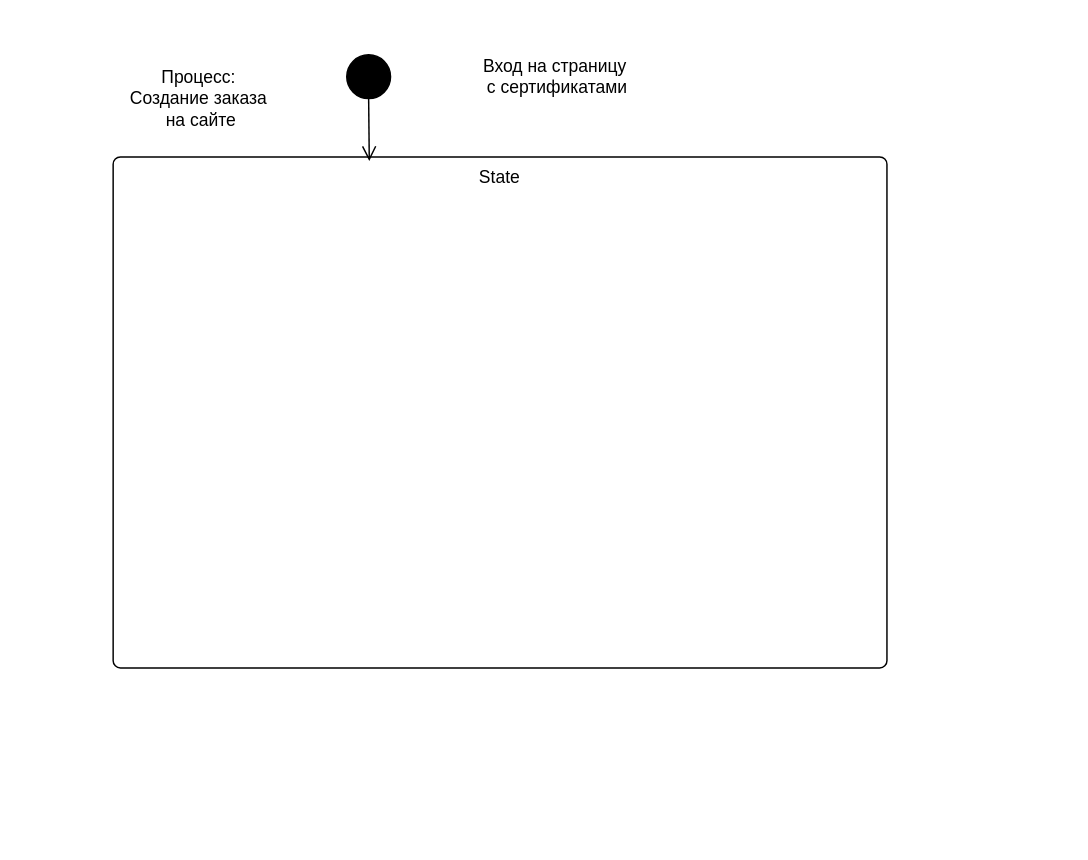
The draw.io diagram Диаграмма6.drawio in danaddi/draw.io, before the edit. Source tidied: cells renumbered, new cells numbered last; positions are measured from the earlier drawing's top-left corner, leaving out a move shared by most shapes. Both pictures are drawn from the tidied source at 146%, with x=0, y=0 at pixel (112, 47).
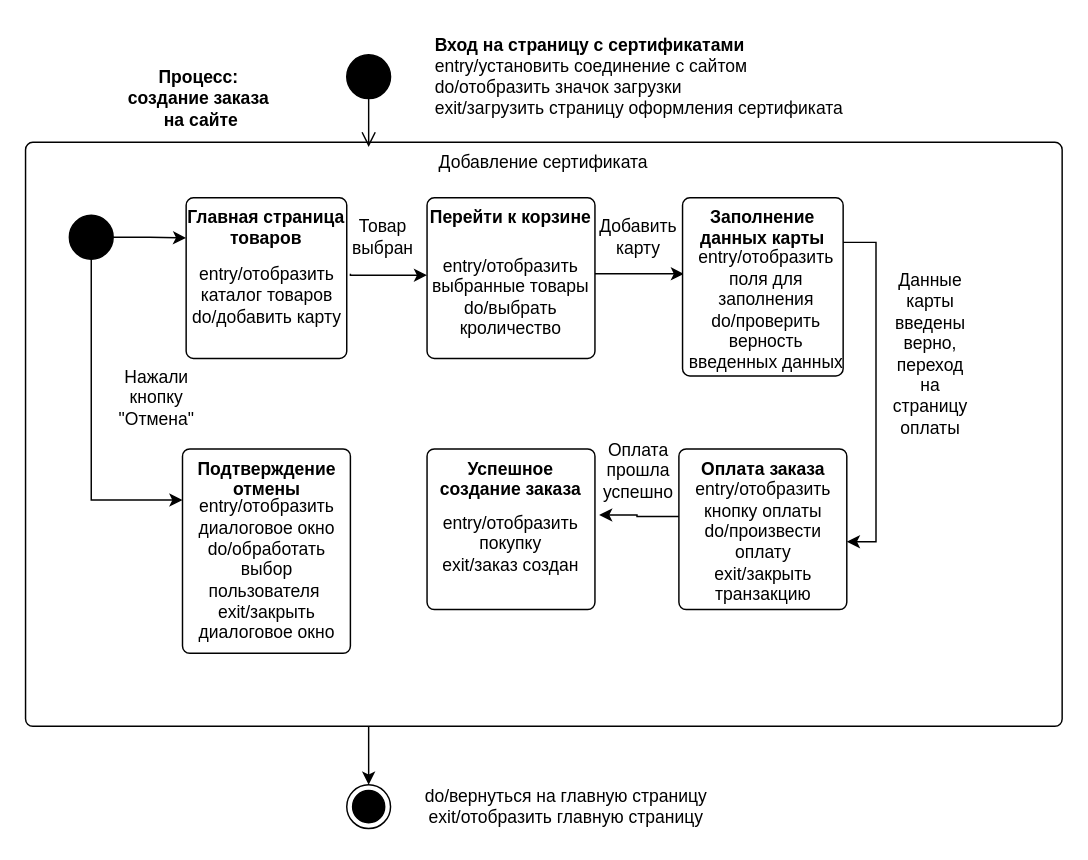
The same page after the edit.

Change to the diagram source:
```diff
@@
+    <mxCell id="7" style="edgeStyle=orthogonalEdgeStyle;rounded=0;jettySize=auto;html=1;entryX=0.5;entryY=0;entryDx=0;entryDy=0;" parent="1" edge="1" source="3" target="32">
+      <mxGeometry relative="1" as="geometry">
+        <Array as="points">
+          <mxPoint x="175" y="495" />
+          <mxPoint x="175" y="495" />
+        </Array>
+      </mxGeometry>
+    </mxCell>
-    <mxCell id="3" value="State" style="html=1;align=center;verticalAlign=top;rounded=1;absoluteArcSize=1;arcSize=10;dashed=0;whiteSpace=wrap;" parent="1" vertex="1">
-      <mxGeometry y="75" width="530" height="350" as="geometry" />
+    <mxCell id="3" value="Добавление сертификата" style="html=1;align=center;verticalAlign=top;rounded=1;absoluteArcSize=1;arcSize=10;dashed=0;whiteSpace=wrap;" parent="1" vertex="1">
+      <mxGeometry x="-60" y="65" width="710" height="400" as="geometry" />
     </mxCell>
@@
-    <mxCell id="5" value="Процесс:&amp;nbsp;&lt;div&gt;Создание заказа&amp;nbsp;&lt;div&gt;на сайте&lt;/div&gt;&lt;/div&gt;" style="text;html=1;align=center;verticalAlign=middle;strokeColor=none;fillColor=none;" parent="1" vertex="1">
+    <mxCell id="5" value="&lt;b&gt;Процесс:&amp;nbsp;&lt;/b&gt;&lt;div&gt;&lt;b&gt;создание заказа&amp;nbsp;&lt;/b&gt;&lt;div&gt;&lt;b&gt;на сайте&lt;/b&gt;&lt;/div&gt;&lt;/div&gt;" style="text;html=1;align=center;verticalAlign=middle;strokeColor=none;fillColor=none;" parent="1" vertex="1">
       <mxGeometry y="5" width="120" height="60" as="geometry" />
     </mxCell>
-    <mxCell id="6" value="Вход на страницу&amp;nbsp;&lt;div&gt;с сертификатами&lt;/div&gt;" style="text;html=1;align=center;verticalAlign=middle;strokeColor=none;fillColor=none;" parent="1" vertex="1">
-      <mxGeometry x="239" width="130" height="40" as="geometry" />
+    <mxCell id="6" value="&lt;div style=&quot;text-align: left;&quot;&gt;&lt;b style=&quot;background-color: transparent; color: light-dark(rgb(0, 0, 0), rgb(255, 255, 255));&quot;&gt;Вход на страницу&amp;nbsp;&lt;span style=&quot;background-color: transparent; color: light-dark(rgb(0, 0, 0), rgb(255, 255, 255));&quot;&gt;с сертификатами&lt;/span&gt;&lt;/b&gt;&lt;/div&gt;&lt;div style=&quot;text-align: left;&quot;&gt;entry/установить соединение с сайтом&lt;/div&gt;&lt;div style=&quot;text-align: left;&quot;&gt;do/отобразить значок загрузки&lt;/div&gt;&lt;div style=&quot;text-align: left;&quot;&gt;exit/загрузить страницу оформления сертификата&lt;/div&gt;" style="text;html=1;align=center;verticalAlign=middle;strokeColor=none;fillColor=none;" parent="1" vertex="1">
+      <mxGeometry x="210" y="-15" width="300" height="70" as="geometry" />
     </mxCell>
+    <mxCell id="8" style="edgeStyle=orthogonalEdgeStyle;rounded=0;jettySize=auto;html=1;entryX=0;entryY=0.25;entryDx=0;entryDy=0;" parent="1" edge="1" source="10" target="11">
+      <mxGeometry relative="1" as="geometry" />
+    </mxCell>
+    <mxCell id="9" style="edgeStyle=orthogonalEdgeStyle;rounded=0;jettySize=auto;html=1;entryX=0;entryY=0.25;entryDx=0;entryDy=0;" parent="1" edge="1" source="10" target="29">
+      <mxGeometry relative="1" as="geometry">
+        <Array as="points">
+          <mxPoint x="-15" y="310" />
+        </Array>
+      </mxGeometry>
+    </mxCell>
+    <mxCell id="10" style="ellipse;fillColor=strokeColor;html=1;" parent="1" vertex="1">
+      <mxGeometry x="-30" y="115" width="30" height="30" as="geometry" />
+    </mxCell>
+    <mxCell id="11" value="&lt;b&gt;Главная страница товаров&lt;/b&gt;" style="html=1;align=center;verticalAlign=top;rounded=1;absoluteArcSize=1;arcSize=10;dashed=0;whiteSpace=wrap;" parent="1" vertex="1">
+      <mxGeometry x="50" y="103" width="110" height="110" as="geometry" />
+    </mxCell>
+    <mxCell id="12" style="edgeStyle=orthogonalEdgeStyle;rounded=0;jettySize=auto;html=1;exitX=1;exitY=0;exitDx=0;exitDy=0;entryX=0;entryY=0;entryDx=0;entryDy=0;" parent="1" edge="1" source="13" target="16">
+      <mxGeometry relative="1" as="geometry">
+        <Array as="points">
+          <mxPoint x="215" y="156" />
+        </Array>
+      </mxGeometry>
+    </mxCell>
+    <mxCell id="13" value="entry/отобразить каталог товаров&lt;div&gt;do/добавить карту&lt;/div&gt;" style="text;html=1;align=center;verticalAlign=middle;whiteSpace=wrap;rounded=0;" parent="1" vertex="1">
+      <mxGeometry x="47.5" y="155" width="115" height="30" as="geometry" />
+    </mxCell>
+    <mxCell id="14" style="edgeStyle=orthogonalEdgeStyle;rounded=0;jettySize=auto;html=1;entryX=0.009;entryY=0.427;entryDx=0;entryDy=0;entryPerimeter=0;exitX=1;exitY=0.473;exitDx=0;exitDy=0;exitPerimeter=0;" parent="1" edge="1" source="15" target="18">
+      <mxGeometry relative="1" as="geometry" />
+    </mxCell>
+    <mxCell id="15" value="&lt;b&gt;Перейти к корзине&lt;/b&gt;" style="html=1;align=center;verticalAlign=top;rounded=1;absoluteArcSize=1;arcSize=10;dashed=0;whiteSpace=wrap;" parent="1" vertex="1">
+      <mxGeometry x="215" y="103" width="115" height="110" as="geometry" />
+    </mxCell>
+    <mxCell id="16" value="entry/отобразить выбранные товары&lt;div&gt;do/выбрать кроличество&lt;/div&gt;" style="text;html=1;align=center;verticalAlign=middle;whiteSpace=wrap;rounded=0;" parent="1" vertex="1">
+      <mxGeometry x="215" y="156" width="115" height="30" as="geometry" />
+    </mxCell>
+    <mxCell id="17" value="Товар выбран" style="text;html=1;align=center;verticalAlign=middle;whiteSpace=wrap;rounded=0;" parent="1" vertex="1">
+      <mxGeometry x="155" y="115" width="60" height="30" as="geometry" />
+    </mxCell>
+    <mxCell id="18" value="&lt;b&gt;Заполнение данных карты&lt;/b&gt;" style="html=1;align=center;verticalAlign=top;rounded=1;absoluteArcSize=1;arcSize=10;dashed=0;whiteSpace=wrap;" parent="1" vertex="1">
+      <mxGeometry x="390" y="103" width="110" height="122" as="geometry" />
+    </mxCell>
+    <mxCell id="19" style="edgeStyle=orthogonalEdgeStyle;rounded=0;jettySize=auto;html=1;entryX=1;entryY=0.25;entryDx=0;entryDy=0;exitX=1;exitY=0.25;exitDx=0;exitDy=0;" parent="1" edge="1" source="18" target="24">
+      <mxGeometry relative="1" as="geometry" />
+    </mxCell>
+    <mxCell id="20" value="entry/отобразить поля для заполнения&lt;div&gt;do/проверить верность введенных данных&lt;/div&gt;" style="text;html=1;align=center;verticalAlign=middle;whiteSpace=wrap;rounded=0;" parent="1" vertex="1">
+      <mxGeometry x="390" y="165" width="115" height="30" as="geometry" />
+    </mxCell>
+    <mxCell id="21" value="Добавить карту" style="text;html=1;align=center;verticalAlign=middle;whiteSpace=wrap;rounded=0;" parent="1" vertex="1">
+      <mxGeometry x="330" y="115" width="60" height="30" as="geometry" />
+    </mxCell>
+    <mxCell id="22" style="edgeStyle=orthogonalEdgeStyle;rounded=0;jettySize=auto;html=1;entryX=1.025;entryY=0.411;entryDx=0;entryDy=0;entryPerimeter=0;exitX=0.014;exitY=0.42;exitDx=0;exitDy=0;exitPerimeter=0;" parent="1" edge="1" source="23" target="26">
+      <mxGeometry relative="1" as="geometry" />
+    </mxCell>
+    <mxCell id="23" value="&lt;b&gt;Оплата заказа&lt;/b&gt;" style="html=1;align=center;verticalAlign=top;rounded=1;absoluteArcSize=1;arcSize=10;dashed=0;whiteSpace=wrap;" parent="1" vertex="1">
+      <mxGeometry x="387.5" y="275" width="115" height="110" as="geometry" />
+    </mxCell>
+    <mxCell id="24" value="entry/отобразить кнопку оплаты&lt;div&gt;do/произвести оплату&lt;/div&gt;&lt;div&gt;exit/закрыть транзакцию&lt;/div&gt;&lt;div&gt;&lt;br&gt;&lt;/div&gt;" style="text;html=1;align=center;verticalAlign=middle;whiteSpace=wrap;rounded=0;" parent="1" vertex="1">
+      <mxGeometry x="387.5" y="331" width="115" height="30" as="geometry" />
+    </mxCell>
+    <mxCell id="25" value="Данные карты введены верно, переход на страницу оплаты" style="text;html=1;align=center;verticalAlign=middle;whiteSpace=wrap;rounded=0;" parent="1" vertex="1">
+      <mxGeometry x="530" y="195" width="60" height="30" as="geometry" />
+    </mxCell>
+    <mxCell id="26" value="&lt;b&gt;Успешное создание заказа&lt;/b&gt;" style="html=1;align=center;verticalAlign=top;rounded=1;absoluteArcSize=1;arcSize=10;dashed=0;whiteSpace=wrap;" parent="1" vertex="1">
+      <mxGeometry x="215" y="275" width="115" height="110" as="geometry" />
+    </mxCell>
+    <mxCell id="27" value="entry/отобразить покупку&lt;div&gt;exit/заказ создан&lt;br&gt;&lt;div&gt;&lt;br&gt;&lt;/div&gt;&lt;/div&gt;" style="text;html=1;align=center;verticalAlign=middle;whiteSpace=wrap;rounded=0;" parent="1" vertex="1">
+      <mxGeometry x="215" y="332" width="115" height="30" as="geometry" />
+    </mxCell>
+    <mxCell id="28" value="Оплата прошла успешно" style="text;html=1;align=center;verticalAlign=middle;whiteSpace=wrap;rounded=0;" parent="1" vertex="1">
+      <mxGeometry x="330" y="275" width="60" height="30" as="geometry" />
+    </mxCell>
+    <mxCell id="29" value="&lt;b&gt;Подтверждение отмены&lt;/b&gt;" style="html=1;align=center;verticalAlign=top;rounded=1;absoluteArcSize=1;arcSize=10;dashed=0;whiteSpace=wrap;" parent="1" vertex="1">
+      <mxGeometry x="47.5" y="275" width="115" height="140" as="geometry" />
+    </mxCell>
+    <mxCell id="30" value="entry/отобразить диалоговое окно&lt;div&gt;do/обработать выбор пользователя&amp;nbsp;&lt;/div&gt;&lt;div&gt;exit/закрыть диалоговое окно&lt;/div&gt;" style="text;html=1;align=center;verticalAlign=middle;whiteSpace=wrap;rounded=0;" parent="1" vertex="1">
+      <mxGeometry x="47.5" y="343" width="115" height="30" as="geometry" />
+    </mxCell>
+    <mxCell id="31" value="Нажали кнопку &quot;Отмена&quot;" style="text;html=1;align=center;verticalAlign=middle;whiteSpace=wrap;rounded=0;" parent="1" vertex="1">
+      <mxGeometry y="225" width="60" height="30" as="geometry" />
+    </mxCell>
+    <mxCell id="32" style="ellipse;html=1;shape=endState;fillColor=strokeColor;" parent="1" vertex="1">
+      <mxGeometry x="160" y="505" width="30" height="30" as="geometry" />
+    </mxCell>
+    <mxCell id="33" value="do/вернуться на главную страницу&lt;div&gt;exit/отобразить главную страницу&lt;/div&gt;" style="text;html=1;align=center;verticalAlign=middle;strokeColor=none;fillColor=none;" parent="1" vertex="1">
+      <mxGeometry x="200" y="500" width="220" height="40" as="geometry" />
+    </mxCell>
```
